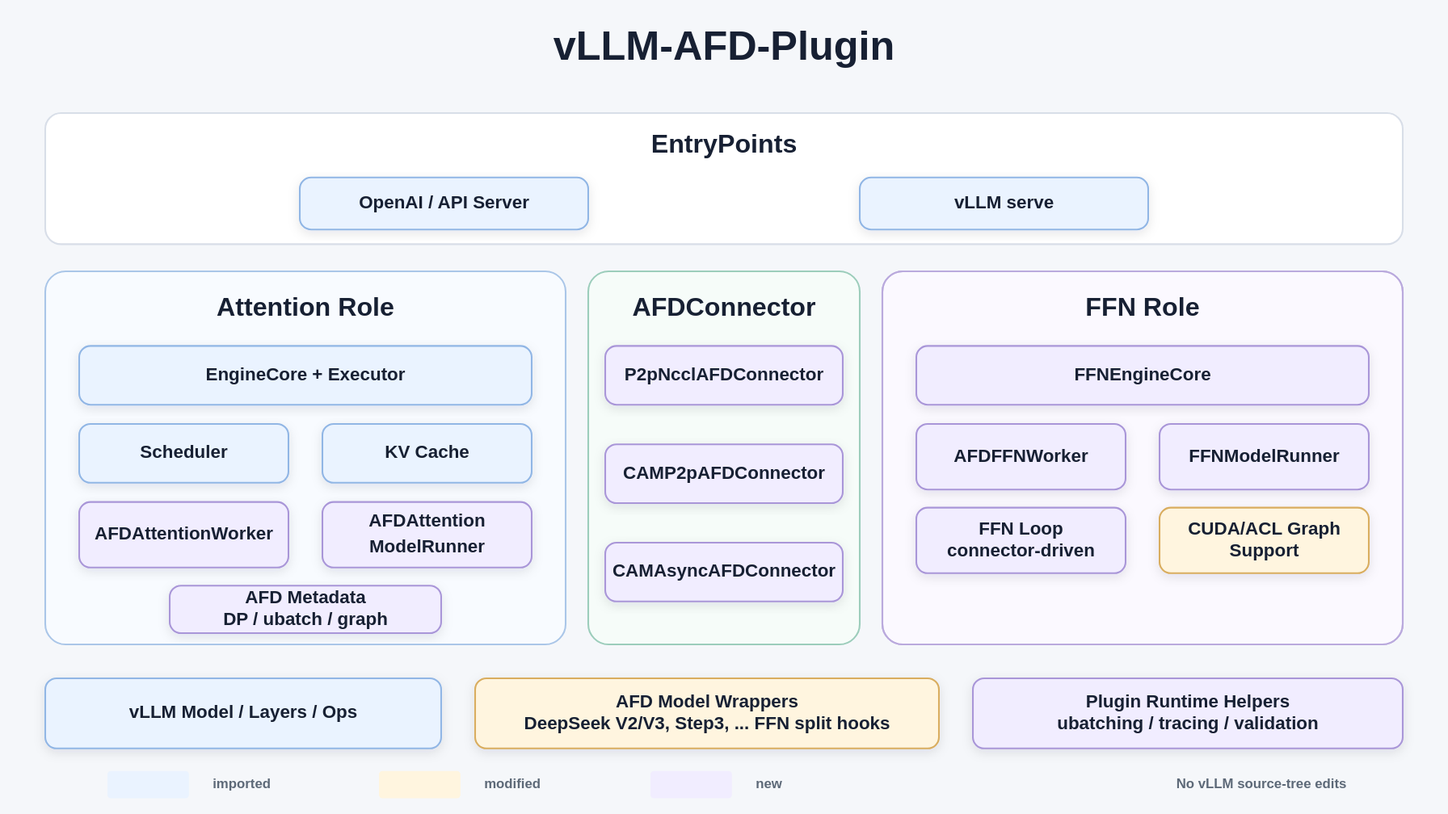
The draw.io diagram docs/assets/vllm-afd-plugin-architecture.svg in JiusiServe/afd-plugin, before a commit. Source tidied: cells renumbered, new cells last; positions are measured from the earlier drawing's top-left corner, leaving out a move shared by most shapes.
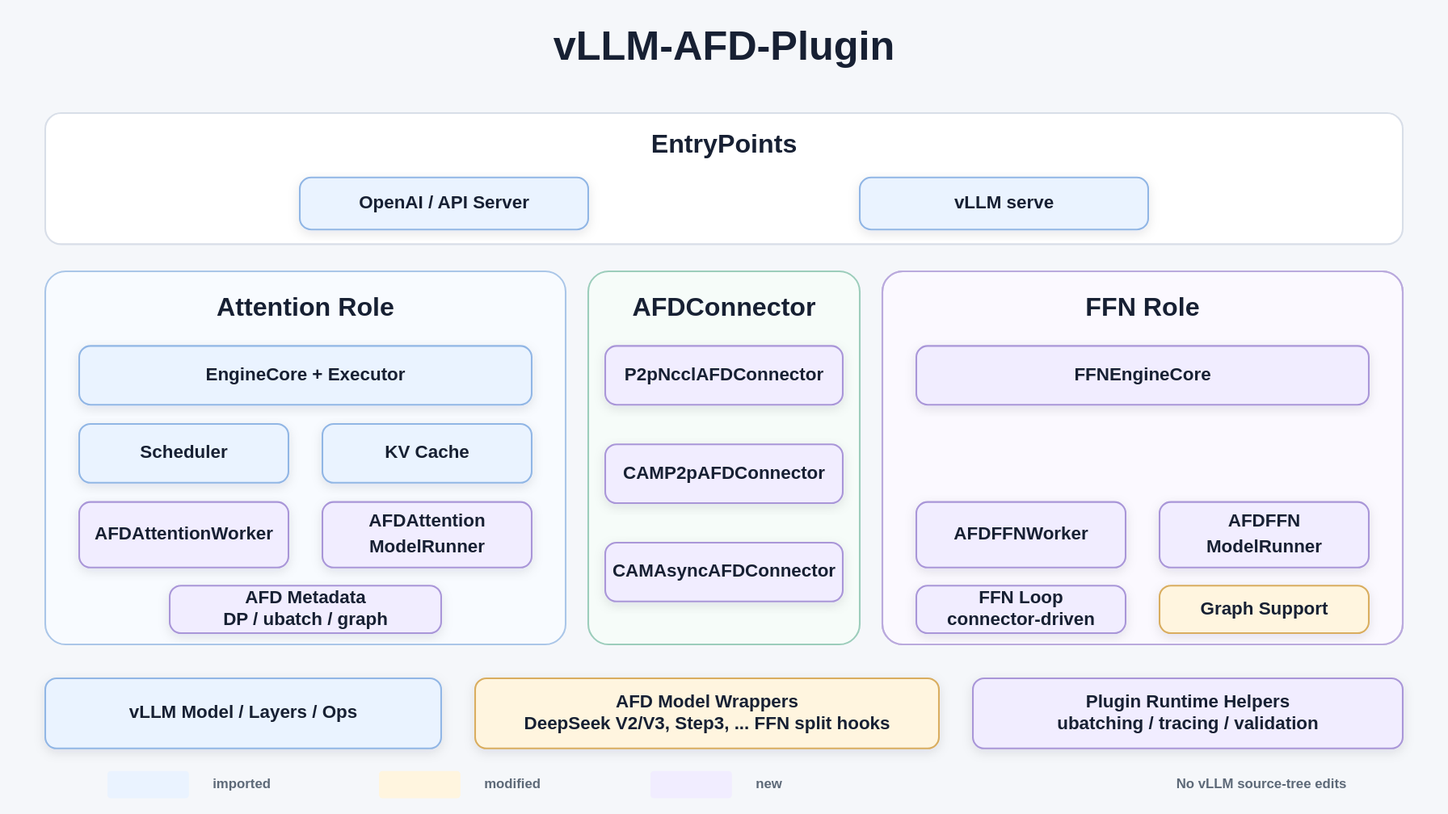
The same diagram one commit later.

Commit message:
docs: address architecture diagram review

Change to the diagram source:
```diff
@@ -63,16 +63,16 @@
       <mxGeometry x="810" y="306" width="400" height="52" as="geometry" />
     </mxCell>
     <mxCell id="22" value="AFDFFNWorker" style="rounded=1;arcSize=10;whiteSpace=wrap;html=1;fillColor=#f1edff;strokeColor=#a996d8;strokeWidth=1.5;fontSize=16;fontStyle=1;fontColor=#172033;align=center;verticalAlign=middle;fontSize=16;" parent="1" vertex="1">
-      <mxGeometry x="810" y="375" width="185" height="58" as="geometry" />
+      <mxGeometry x="810" y="444" width="185" height="58" as="geometry" />
     </mxCell>
-    <mxCell id="23" value="FFNModelRunner" style="rounded=1;arcSize=10;whiteSpace=wrap;html=1;fillColor=#f1edff;strokeColor=#a996d8;strokeWidth=1.5;fontSize=16;fontStyle=1;fontColor=#172033;align=center;verticalAlign=middle;spacingTop=0;spacingBottom=0;" parent="1" vertex="1">
-      <mxGeometry x="1025" y="375" width="185" height="58" as="geometry" />
+    <mxCell id="23" value="AFDFFN&lt;br&gt;ModelRunner" style="rounded=1;arcSize=10;whiteSpace=wrap;html=1;fillColor=#f1edff;strokeColor=#a996d8;strokeWidth=1.5;fontSize=16;fontStyle=1;fontColor=#172033;align=center;verticalAlign=middle;spacingTop=0;spacingBottom=0;" parent="1" vertex="1">
+      <mxGeometry x="1025" y="444" width="185" height="58" as="geometry" />
     </mxCell>
     <mxCell id="24" value="FFN Loop&lt;br&gt;connector-driven" style="rounded=1;arcSize=10;whiteSpace=wrap;html=1;fillColor=#f1edff;strokeColor=#a996d8;strokeWidth=1.5;fontSize=16;fontStyle=1;fontColor=#172033;align=center;verticalAlign=middle;spacingTop=0;spacingBottom=0;" parent="1" vertex="1">
-      <mxGeometry x="810" y="449" width="185" height="58" as="geometry" />
+      <mxGeometry x="810" y="518" width="185" height="42" as="geometry" />
     </mxCell>
-    <mxCell id="25" value="CUDA/ACL Graph&lt;br&gt;Support" style="rounded=1;arcSize=10;whiteSpace=wrap;html=1;fillColor=#fff5df;strokeColor=#d9ad5f;strokeWidth=1.5;fontSize=16;fontStyle=1;fontColor=#172033;align=center;verticalAlign=middle;spacingTop=0;spacingBottom=0;" parent="1" vertex="1">
-      <mxGeometry x="1025" y="449" width="185" height="58" as="geometry" />
+    <mxCell id="25" value="Graph Support" style="rounded=1;arcSize=10;whiteSpace=wrap;html=1;fillColor=#fff5df;strokeColor=#d9ad5f;strokeWidth=1.5;fontSize=16;fontStyle=1;fontColor=#172033;align=center;verticalAlign=middle;spacingTop=0;spacingBottom=0;" parent="1" vertex="1">
+      <mxGeometry x="1025" y="518" width="185" height="42" as="geometry" />
     </mxCell>
     <mxCell id="26" value="vLLM Model / Layers / Ops" style="rounded=1;arcSize=10;whiteSpace=wrap;html=1;fillColor=#eaf3ff;strokeColor=#91b6e5;strokeWidth=1.5;fontSize=16;fontStyle=1;fontColor=#172033;align=center;verticalAlign=middle;" parent="1" vertex="1">
       <mxGeometry x="40" y="600" width="350" height="62" as="geometry" />
```
